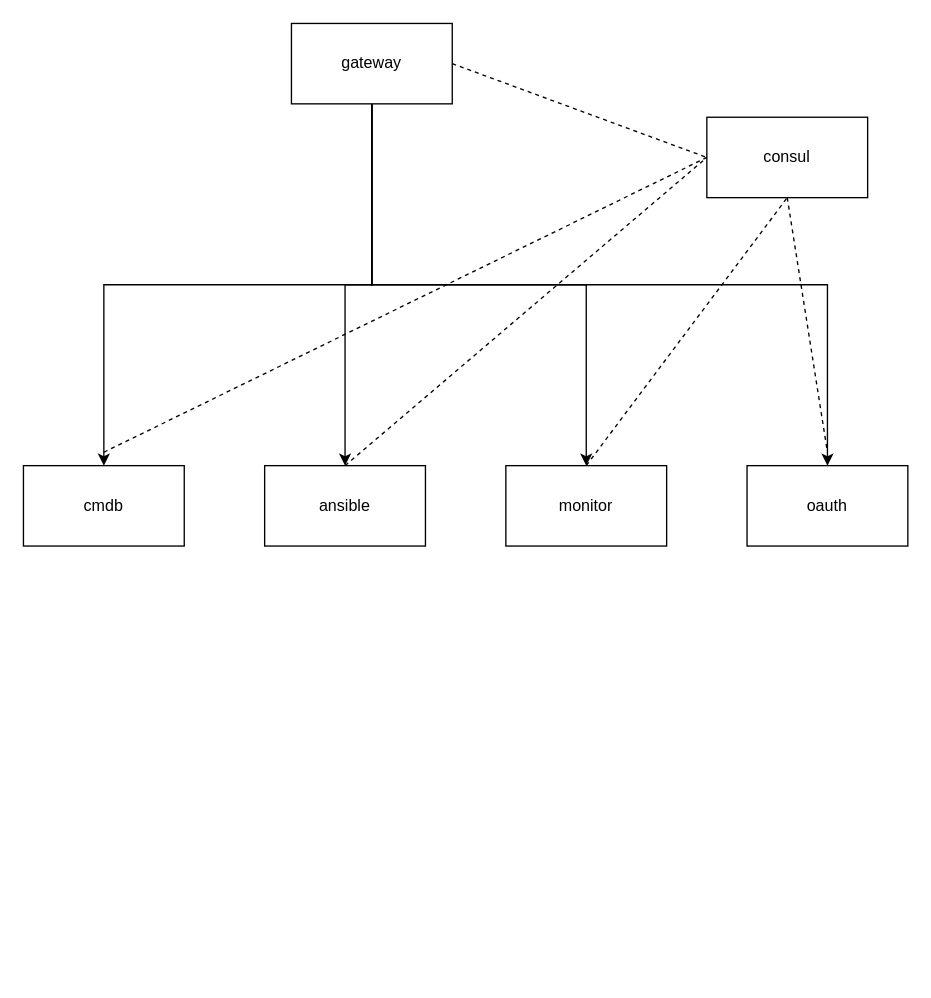
NickyXu1989/atlas keeps this draw.io diagram as atlas.drawio. Above is the earlier version. Source tidied: cells renumbered, new cells numbered last; positions are measured from the earlier drawing's top-left corner, leaving out a move shared by most shapes. Both pictures are drawn from the tidied source at 134%, with x=0, y=0 at pixel (23, 23).
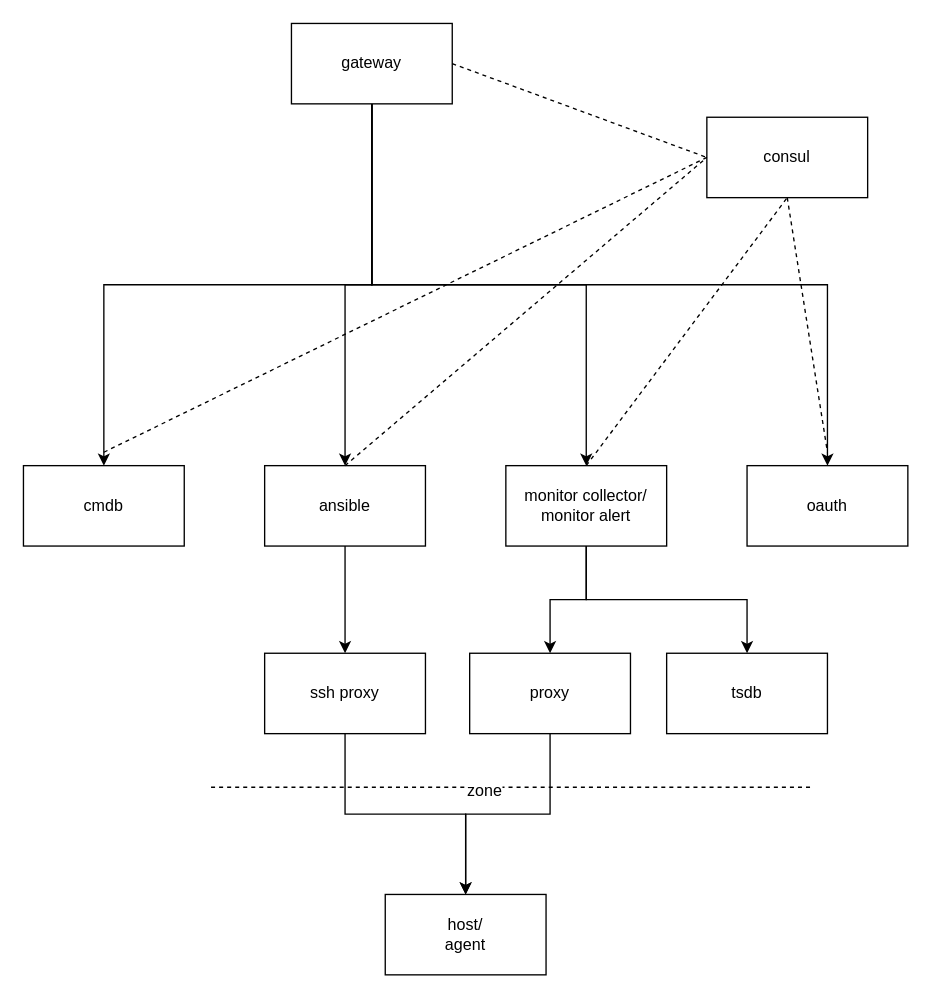
After the change.

Unchanged cells that the change refers to:
```xml
<mxCell id="9" value="ansible" style="rounded=0;whiteSpace=wrap;html=1;" parent="1" vertex="1">
  <mxGeometry x="180" y="330" width="120" height="60" as="geometry" />
</mxCell>
```

Change to the diagram source:
```diff
@@
+    <mxCell id="17" style="edgeStyle=orthogonalEdgeStyle;rounded=0;jettySize=auto;html=1;exitX=0.5;exitY=1;exitDx=0;exitDy=0;entryX=0.5;entryY=0;entryDx=0;entryDy=0;" parent="1" edge="1" source="9" target="21">
+      <mxGeometry relative="1" as="geometry" />
+    </mxCell>
@@
+    <mxCell id="18" style="edgeStyle=orthogonalEdgeStyle;rounded=0;jettySize=auto;html=1;exitX=0.5;exitY=1;exitDx=0;exitDy=0;entryX=0.5;entryY=0;entryDx=0;entryDy=0;" parent="1" edge="1" source="10" target="25">
+      <mxGeometry relative="1" as="geometry" />
+    </mxCell>
+    <mxCell id="19" style="edgeStyle=orthogonalEdgeStyle;rounded=0;jettySize=auto;html=1;exitX=0.5;exitY=1;exitDx=0;exitDy=0;entryX=0.5;entryY=0;entryDx=0;entryDy=0;" parent="1" edge="1" source="10" target="27">
+      <mxGeometry relative="1" as="geometry" />
+    </mxCell>
-    <mxCell id="10" value="monitor" style="rounded=0;whiteSpace=wrap;html=1;" parent="1" vertex="1">
+    <mxCell id="10" value="monitor collector/&lt;br&gt;monitor alert" style="rounded=0;whiteSpace=wrap;html=1;" parent="1" vertex="1">
       <mxGeometry x="360" y="330" width="120" height="60" as="geometry" />
     </mxCell>
@@
+    <mxCell id="20" style="edgeStyle=orthogonalEdgeStyle;rounded=0;jettySize=auto;html=1;exitX=0.5;exitY=1;exitDx=0;exitDy=0;entryX=0.5;entryY=0;entryDx=0;entryDy=0;" parent="1" edge="1" source="21" target="24">
+      <mxGeometry relative="1" as="geometry" />
+    </mxCell>
+    <mxCell id="21" value="ssh proxy" style="rounded=0;whiteSpace=wrap;html=1;" parent="1" vertex="1">
+      <mxGeometry x="180" y="470" width="120" height="60" as="geometry" />
+    </mxCell>
+    <mxCell id="22" style="endArrow=none;dashed=1;html=1;" parent="1" edge="1">
+      <mxGeometry relative="1" as="geometry">
+        <mxPoint x="140" y="570" as="sourcePoint" />
+        <mxPoint x="590" y="570" as="targetPoint" />
+      </mxGeometry>
+    </mxCell>
+    <mxCell id="23" value="zone" style="text;html=1;align=center;verticalAlign=middle;labelBackgroundColor=#ffffff;" parent="22" vertex="1">
+      <mxGeometry x="-0.1" y="-2" relative="1" as="geometry" />
+    </mxCell>
+    <mxCell id="24" value="host/&lt;br&gt;agent" style="rounded=0;whiteSpace=wrap;html=1;" parent="1" vertex="1">
+      <mxGeometry x="270" y="650" width="120" height="60" as="geometry" />
+    </mxCell>
+    <mxCell id="25" value="tsdb" style="rounded=0;whiteSpace=wrap;html=1;" parent="1" vertex="1">
+      <mxGeometry x="480" y="470" width="120" height="60" as="geometry" />
+    </mxCell>
+    <mxCell id="26" style="edgeStyle=orthogonalEdgeStyle;rounded=0;jettySize=auto;html=1;exitX=0.5;exitY=1;exitDx=0;exitDy=0;entryX=0.5;entryY=0;entryDx=0;entryDy=0;" parent="1" edge="1" source="27" target="24">
+      <mxGeometry relative="1" as="geometry" />
+    </mxCell>
+    <mxCell id="27" value="proxy" style="rounded=0;whiteSpace=wrap;html=1;" parent="1" vertex="1">
+      <mxGeometry x="333" y="470" width="120" height="60" as="geometry" />
+    </mxCell>
```
